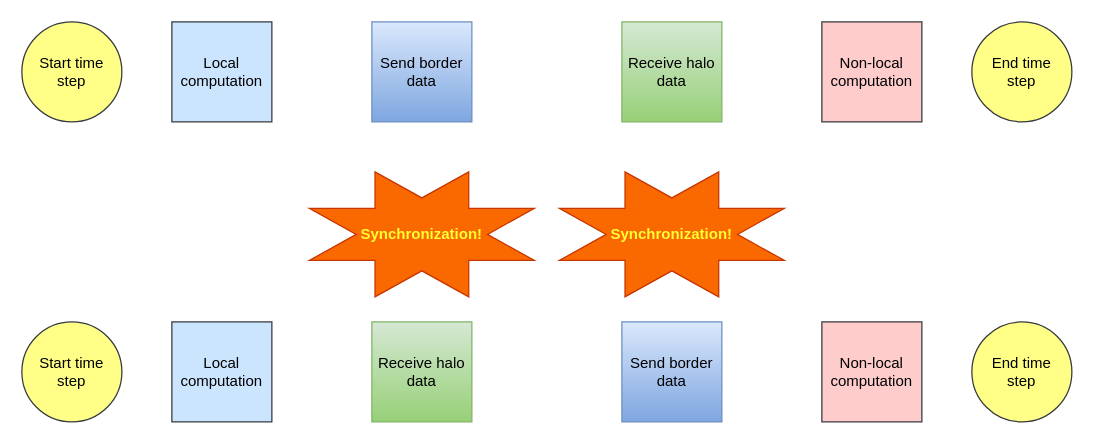
This is content/diagrams/ring-style stencil workflow.drawio from ENCCS/intermediate-mpi, a draw.io file, before an edit. Source tidied: cells renumbered, new cells numbered last; positions are measured from the earlier drawing's top-left corner, leaving out a move shared by most shapes. Both pictures are drawn from the tidied source at 125%, with x=0, y=0 at pixel (21, 21).
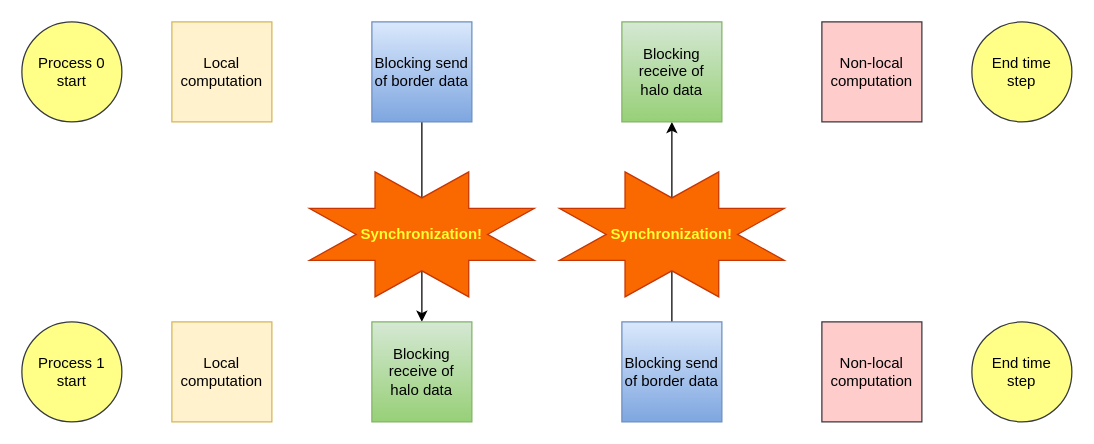
After the change.

Diff of the diagram source:
```diff
@@
 <mxGraphModel>
   <root>
     <mxCell id="0" />
     <mxCell id="1" parent="0" />
+    <mxCell id="18" style="endArrow=classic;html=1;fontColor=#FFFF33;exitX=0.5;exitY=1;exitDx=0;exitDy=0;entryX=0.5;entryY=0;entryDx=0;entryDy=0;" parent="1" edge="1" source="23" target="21">
+      <mxGeometry relative="1" as="geometry" />
+    </mxCell>
+    <mxCell id="19" style="endArrow=classic;html=1;fontColor=#FFFF33;exitX=0.5;exitY=0;exitDx=0;exitDy=0;entryX=0.5;entryY=1;entryDx=0;entryDy=0;" parent="1" edge="1" source="22" target="20">
+      <mxGeometry relative="1" as="geometry" />
+    </mxCell>
-    <mxCell id="2" value="Local computation" style="rounded=0;whiteSpace=wrap;html=1;fillColor=#cce5ff;strokeColor=#36393d;" parent="1" vertex="1">
+    <mxCell id="2" value="Local computation" style="rounded=0;whiteSpace=wrap;html=1;fillColor=#fff2cc;strokeColor=#d6b656;" parent="1" vertex="1">
       <mxGeometry x="120" width="80" height="80" as="geometry" />
     </mxCell>
-    <mxCell id="3" value="Send border data" style="rounded=0;whiteSpace=wrap;html=1;fillColor=#dae8fc;strokeColor=#6c8ebf;gradientColor=#7ea6e0;" parent="1" vertex="1">
-      <mxGeometry x="280" width="80" height="80" as="geometry" />
-    </mxCell>
-    <mxCell id="4" value="Receive halo data" style="rounded=0;whiteSpace=wrap;html=1;fillColor=#d5e8d4;strokeColor=#82b366;gradientColor=#97d077;" parent="1" vertex="1">
-      <mxGeometry x="480" width="80" height="80" as="geometry" />
-    </mxCell>
     <mxCell id="5" value="Non-local computation" style="rounded=0;whiteSpace=wrap;html=1;fillColor=#ffcccc;strokeColor=#36393d;" parent="1" vertex="1">
       <mxGeometry x="640" width="80" height="80" as="geometry" />
     </mxCell>
-    <mxCell id="6" value="Start time&lt;br&gt;step" style="ellipse;whiteSpace=wrap;html=1;fillColor=#ffff88;strokeColor=#36393d;" parent="1" vertex="1">
+    <mxCell id="6" value="Process 0&lt;br&gt;start" style="ellipse;whiteSpace=wrap;html=1;fillColor=#ffff88;strokeColor=#36393d;" parent="1" vertex="1">
       <mxGeometry width="80" height="80" as="geometry" />
     </mxCell>
     <mxCell id="7" value="End time&lt;br&gt;step" style="ellipse;whiteSpace=wrap;html=1;fillColor=#ffff88;strokeColor=#36393d;" parent="1" vertex="1">
       <mxGeometry x="760" width="80" height="80" as="geometry" />
     </mxCell>
-    <mxCell id="8" value="Local computation" style="rounded=0;whiteSpace=wrap;html=1;fillColor=#cce5ff;strokeColor=#36393d;" parent="1" vertex="1">
+    <mxCell id="8" value="Local computation" style="rounded=0;whiteSpace=wrap;html=1;fillColor=#fff2cc;strokeColor=#d6b656;" parent="1" vertex="1">
       <mxGeometry x="120" y="240" width="80" height="80" as="geometry" />
     </mxCell>
-    <mxCell id="9" value="Send border data" style="rounded=0;whiteSpace=wrap;html=1;fillColor=#dae8fc;strokeColor=#6c8ebf;gradientColor=#7ea6e0;" parent="1" vertex="1">
-      <mxGeometry x="480" y="240" width="80" height="80" as="geometry" />
-    </mxCell>
-    <mxCell id="10" value="Receive halo data" style="rounded=0;whiteSpace=wrap;html=1;fillColor=#d5e8d4;strokeColor=#82b366;gradientColor=#97d077;" parent="1" vertex="1">
-      <mxGeometry x="280" y="240" width="80" height="80" as="geometry" />
-    </mxCell>
     <mxCell id="11" value="Non-local computation" style="rounded=0;whiteSpace=wrap;html=1;fillColor=#ffcccc;strokeColor=#36393d;" parent="1" vertex="1">
       <mxGeometry x="640" y="240" width="80" height="80" as="geometry" />
     </mxCell>
-    <mxCell id="12" value="Start time&lt;br&gt;step" style="ellipse;whiteSpace=wrap;html=1;fillColor=#ffff88;strokeColor=#36393d;" parent="1" vertex="1">
+    <mxCell id="12" value="Process 1&lt;br&gt;start" style="ellipse;whiteSpace=wrap;html=1;fillColor=#ffff88;strokeColor=#36393d;" parent="1" vertex="1">
       <mxGeometry y="240" width="80" height="80" as="geometry" />
     </mxCell>
     <mxCell id="13" value="End time&lt;br&gt;step" style="ellipse;whiteSpace=wrap;html=1;fillColor=#ffff88;strokeColor=#36393d;" parent="1" vertex="1">
       <mxGeometry x="760" y="240" width="80" height="80" as="geometry" />
     </mxCell>
     <mxCell id="14" style="verticalLabelPosition=bottom;verticalAlign=top;html=1;shape=mxgraph.basic.8_point_star;fillColor=#fa6800;strokeColor=#C73500;fontColor=#ffffff;" parent="1" vertex="1">
       <mxGeometry x="230" y="120" width="180" height="100" as="geometry" />
     </mxCell>
     <mxCell id="15" value="Synchronization!" style="text;html=1;strokeColor=none;fillColor=none;align=center;verticalAlign=middle;whiteSpace=wrap;rounded=0;fontColor=#FFFF33;fontStyle=1;" parent="1" vertex="1">
       <mxGeometry x="300" y="160" width="40" height="20" as="geometry" />
     </mxCell>
     <mxCell id="16" style="verticalLabelPosition=bottom;verticalAlign=top;html=1;shape=mxgraph.basic.8_point_star;fillColor=#fa6800;strokeColor=#C73500;fontColor=#ffffff;" parent="1" vertex="1">
       <mxGeometry x="430" y="120" width="180" height="100" as="geometry" />
     </mxCell>
     <mxCell id="17" value="Synchronization!" style="text;html=1;strokeColor=none;fillColor=none;align=center;verticalAlign=middle;whiteSpace=wrap;rounded=0;fontColor=#FFFF33;fontStyle=1;" parent="1" vertex="1">
       <mxGeometry x="500" y="160" width="40" height="20" as="geometry" />
     </mxCell>
+    <mxCell id="20" value="Blocking receive of halo data" style="rounded=0;whiteSpace=wrap;html=1;fillColor=#d5e8d4;strokeColor=#82b366;gradientColor=#97d077;" parent="1" vertex="1">
+      <mxGeometry x="480" width="80" height="80" as="geometry" />
+    </mxCell>
+    <mxCell id="21" value="Blocking receive of halo data" style="rounded=0;whiteSpace=wrap;html=1;fillColor=#d5e8d4;strokeColor=#82b366;gradientColor=#97d077;" parent="1" vertex="1">
+      <mxGeometry x="280" y="240" width="80" height="80" as="geometry" />
+    </mxCell>
+    <mxCell id="22" value="Blocking send of border data" style="rounded=0;whiteSpace=wrap;html=1;fillColor=#dae8fc;strokeColor=#6c8ebf;gradientColor=#7ea6e0;" parent="1" vertex="1">
+      <mxGeometry x="480" y="240" width="80" height="80" as="geometry" />
+    </mxCell>
+    <mxCell id="23" value="Blocking send of border data" style="rounded=0;whiteSpace=wrap;html=1;fillColor=#dae8fc;strokeColor=#6c8ebf;gradientColor=#7ea6e0;" parent="1" vertex="1">
+      <mxGeometry x="280" width="80" height="80" as="geometry" />
+    </mxCell>
   </root>
 </mxGraphModel>
```
